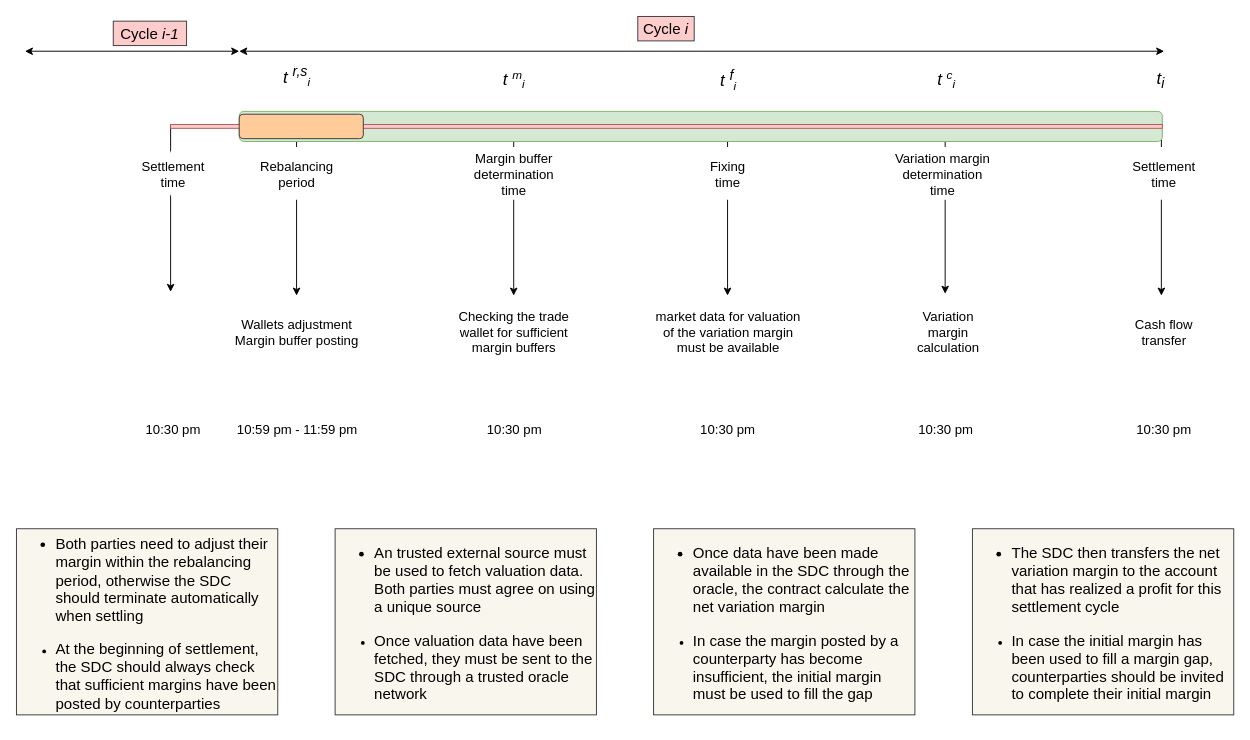
The draw.io diagram page "Page-3" (3 of 3) of qualitaX.drawio in Edoumou/drawings, before the edit. Source tidied: cells renumbered, new cells numbered last; positions are measured from the earlier drawing's top-left corner, leaving out a move shared by most shapes. Both pictures are drawn from the tidied source at 94%, with x=0, y=0 at pixel (16, 16).
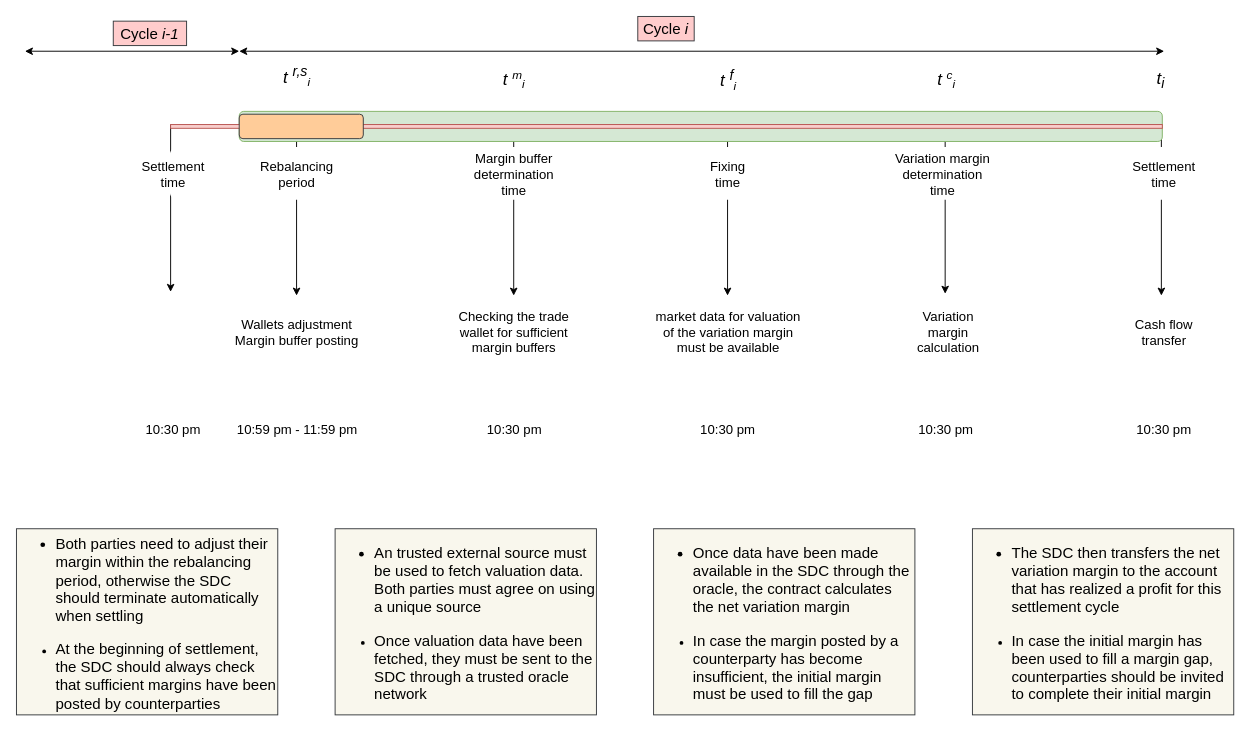
The same page after the edit.

What changed in the source:
```diff
@@
-    <mxCell id="40" value="&lt;p style=&quot;line-height: 160%;&quot;&gt;&lt;/p&gt;&lt;ul style=&quot;font-size: 16px;&quot;&gt;&lt;li style=&quot;&quot;&gt;Once data have been made available in the SDC through the oracle, the contract calculate the net variation margin&lt;/li&gt;&lt;/ul&gt;&lt;ul style=&quot;&quot;&gt;&lt;li style=&quot;&quot;&gt;&lt;span style=&quot;font-size: 16px;&quot;&gt;In case the margin posted by a counterparty has become insufficient, the initial margin must be used to fill the gap&lt;/span&gt;&lt;/li&gt;&lt;/ul&gt;&lt;p&gt;&lt;/p&gt;" style="text;html=1;align=left;verticalAlign=middle;whiteSpace=wrap;rounded=0;fillColor=#f9f7ed;strokeColor=#36393d;" parent="1" vertex="1">
+    <mxCell id="40" value="&lt;p style=&quot;line-height: 160%;&quot;&gt;&lt;/p&gt;&lt;ul style=&quot;font-size: 16px;&quot;&gt;&lt;li style=&quot;&quot;&gt;Once data have been made available in the SDC through the oracle, the contract calculates the net variation margin&lt;/li&gt;&lt;/ul&gt;&lt;ul style=&quot;&quot;&gt;&lt;li style=&quot;&quot;&gt;&lt;span style=&quot;font-size: 16px;&quot;&gt;In case the margin posted by a counterparty has become insufficient, the initial margin must be used to fill the gap&lt;/span&gt;&lt;/li&gt;&lt;/ul&gt;&lt;p&gt;&lt;/p&gt;" style="text;html=1;align=left;verticalAlign=middle;whiteSpace=wrap;rounded=0;fillColor=#f9f7ed;strokeColor=#36393d;" parent="1" vertex="1">
       <mxGeometry x="677.8" y="545" width="278" height="198" as="geometry" />
     </mxCell>
```
